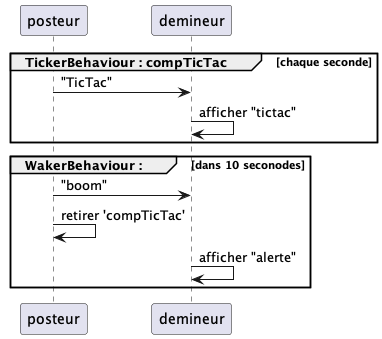
Above: ticTac/tictac.png in EmmanuelADAM/jade (PlantUML), before the change.
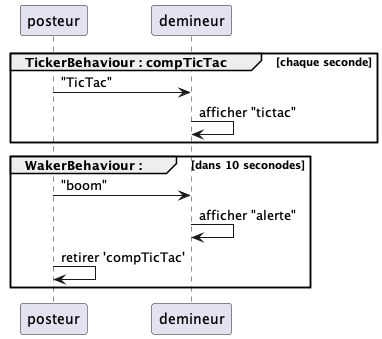
After the change.

The edit, as a diff of the source:
```diff
@@ -8,8 +8,8 @@
 
 group WakerBehaviour : [dans 10 seconodes]
     posteur -> demineur: "boom"
+    demineur -> demineur : afficher "alerte"
     posteur -> posteur : retirer 'compTicTac'
-    demineur -> demineur : afficher "alerte"
 end
 
 @enduml
```
